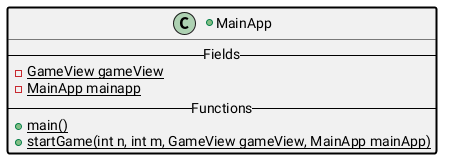
Earlier version of the PlantUML export src/main/ClassDiagram/MainAppDiagram.png (CamerJunker/Snake). Its diagram source:
```plantuml
@startuml
+class MainApp ##[bold]black{
    -- Fields --
    -{static}GameView gameView
    -{static}MainApp mainapp
    -- Functions --
    +{static}main()
    +{static}startGame(int n, int m, GameView gameView, MainApp mainApp)
}
@enduml
```
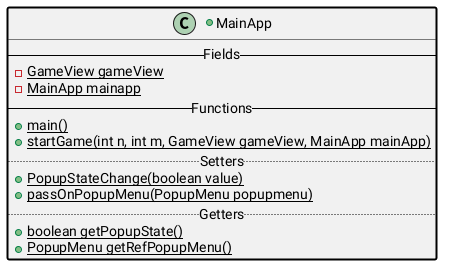
The same file after the commit.

The edit, as a diff of the source:
```diff
@@ -6,5 +6,11 @@
     -- Functions --
     +{static}main()
     +{static}startGame(int n, int m, GameView gameView, MainApp mainApp)
+    .. Setters ..
+    +{static}PopupStateChange(boolean value)
+    +{static}passOnPopupMenu(PopupMenu popupmenu)
+    .. Getters ..
+    +{static}boolean getPopupState()
+    +{static}PopupMenu getRefPopupMenu()
 }
 @enduml
```
